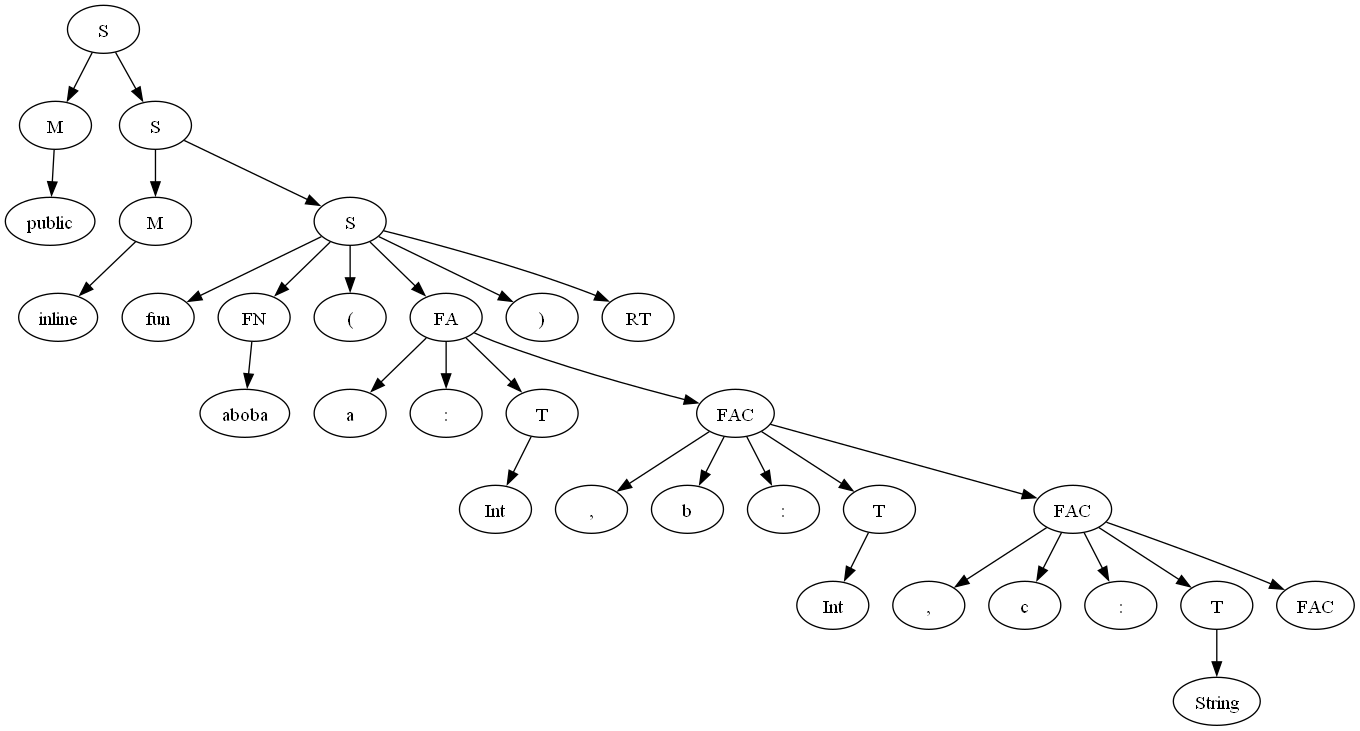
Before: lab2New/graph1.png, a diagram exported from Graphviz (Ultimatereo/MT). Its source is kept beside it as lab2New/graph1.dot.
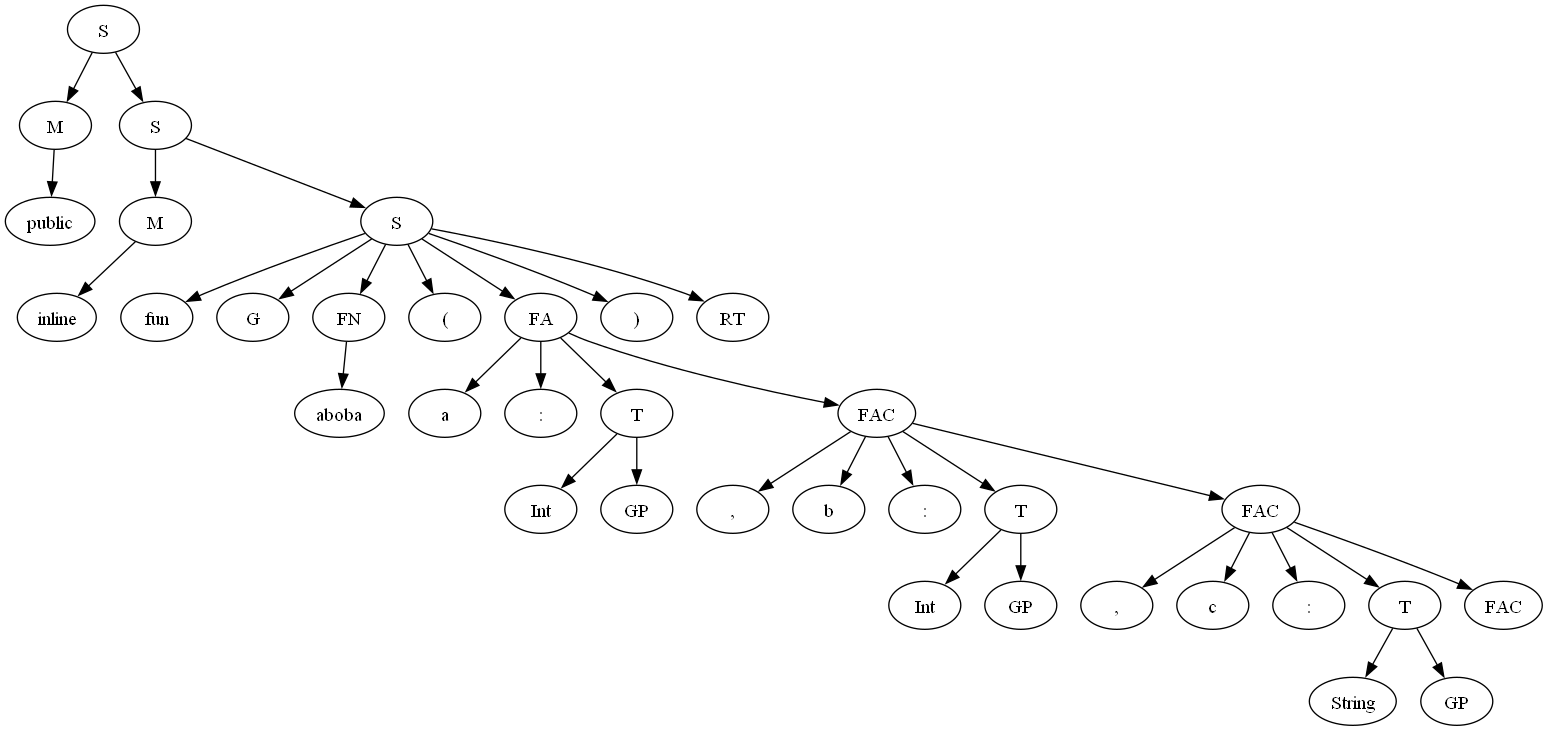
The same file after the commit.

The edit, as a diff of the source:
```diff
@@ -1,93 +1,105 @@
 digraph ParserResult {
-"S_61" [label="S"]
-"M_60" [label="M"]
-"S_61"->"M_60";
-"M_60" [label="M"]
-"public_59" [label="public"]
-"M_60"->"public_59";
-"public_59" [label="public"]
-"S_58" [label="S"]
-"S_61"->"S_58";
-"S_58" [label="S"]
-"M_57" [label="M"]
-"S_58"->"M_57";
-"M_57" [label="M"]
-"inline_56" [label="inline"]
-"M_57"->"inline_56";
-"inline_56" [label="inline"]
-"S_55" [label="S"]
-"S_58"->"S_55";
-"S_55" [label="S"]
-"fun_52" [label="fun"]
-"S_55"->"fun_52";
-"fun_52" [label="fun"]
-"FN_32" [label="FN"]
-"S_55"->"FN_32";
-"FN_32" [label="FN"]
-"aboba_31" [label="aboba"]
-"FN_32"->"aboba_31";
-"aboba_31" [label="aboba"]
-"(_53" [label="("]
-"S_55"->"(_53";
-"(_53" [label="("]
-"FA_50" [label="FA"]
-"S_55"->"FA_50";
-"FA_50" [label="FA"]
-"a_48" [label="a"]
-"FA_50"->"a_48";
-"a_48" [label="a"]
-":_49" [label=":"]
-"FA_50"->":_49";
-":_49" [label=":"]
-"T_34" [label="T"]
-"FA_50"->"T_34";
-"T_34" [label="T"]
-"Int_33" [label="Int"]
-"T_34"->"Int_33";
-"Int_33" [label="Int"]
+"S_69" [label="S"]
+"M_68" [label="M"]
+"S_69"->"M_68";
+"M_68" [label="M"]
+"public_67" [label="public"]
+"M_68"->"public_67";
+"public_67" [label="public"]
+"S_66" [label="S"]
+"S_69"->"S_66";
+"S_66" [label="S"]
+"M_65" [label="M"]
+"S_66"->"M_65";
+"M_65" [label="M"]
+"inline_64" [label="inline"]
+"M_65"->"inline_64";
+"inline_64" [label="inline"]
+"S_63" [label="S"]
+"S_66"->"S_63";
+"S_63" [label="S"]
+"fun_60" [label="fun"]
+"S_63"->"fun_60";
+"fun_60" [label="fun"]
+"G_35" [label="G"]
+"S_63"->"G_35";
+"G_35" [label="G"]
+"FN_37" [label="FN"]
+"S_63"->"FN_37";
+"FN_37" [label="FN"]
+"aboba_36" [label="aboba"]
+"FN_37"->"aboba_36";
+"aboba_36" [label="aboba"]
+"(_61" [label="("]
+"S_63"->"(_61";
+"(_61" [label="("]
+"FA_58" [label="FA"]
+"S_63"->"FA_58";
+"FA_58" [label="FA"]
+"a_56" [label="a"]
+"FA_58"->"a_56";
+"a_56" [label="a"]
+":_57" [label=":"]
+"FA_58"->":_57";
+":_57" [label=":"]
+"T_40" [label="T"]
+"FA_58"->"T_40";
+"T_40" [label="T"]
+"Int_39" [label="Int"]
+"T_40"->"Int_39";
+"Int_39" [label="Int"]
+"GP_38" [label="GP"]
+"T_40"->"GP_38";
+"GP_38" [label="GP"]
+"FAC_55" [label="FAC"]
+"FA_58"->"FAC_55";
+"FAC_55" [label="FAC"]
+",_52" [label=","]
+"FAC_55"->",_52";
+",_52" [label=","]
+"b_53" [label="b"]
+"FAC_55"->"b_53";
+"b_53" [label="b"]
+":_54" [label=":"]
+"FAC_55"->":_54";
+":_54" [label=":"]
+"T_43" [label="T"]
+"FAC_55"->"T_43";
+"T_43" [label="T"]
+"Int_42" [label="Int"]
+"T_43"->"Int_42";
+"Int_42" [label="Int"]
+"GP_41" [label="GP"]
+"T_43"->"GP_41";
+"GP_41" [label="GP"]
+"FAC_51" [label="FAC"]
+"FAC_55"->"FAC_51";
+"FAC_51" [label="FAC"]
+",_48" [label=","]
+"FAC_51"->",_48";
+",_48" [label=","]
+"c_49" [label="c"]
+"FAC_51"->"c_49";
+"c_49" [label="c"]
+":_50" [label=":"]
+"FAC_51"->":_50";
+":_50" [label=":"]
+"T_46" [label="T"]
+"FAC_51"->"T_46";
+"T_46" [label="T"]
+"String_45" [label="String"]
+"T_46"->"String_45";
+"String_45" [label="String"]
+"GP_44" [label="GP"]
+"T_46"->"GP_44";
+"GP_44" [label="GP"]
 "FAC_47" [label="FAC"]
-"FA_50"->"FAC_47";
+"FAC_51"->"FAC_47";
 "FAC_47" [label="FAC"]
-",_44" [label=","]
-"FAC_47"->",_44";
-",_44" [label=","]
-"b_45" [label="b"]
-"FAC_47"->"b_45";
-"b_45" [label="b"]
-":_46" [label=":"]
-"FAC_47"->":_46";
-":_46" [label=":"]
-"T_36" [label="T"]
-"FAC_47"->"T_36";
-"T_36" [label="T"]
-"Int_35" [label="Int"]
-"T_36"->"Int_35";
-"Int_35" [label="Int"]
-"FAC_43" [label="FAC"]
-"FAC_47"->"FAC_43";
-"FAC_43" [label="FAC"]
-",_40" [label=","]
-"FAC_43"->",_40";
-",_40" [label=","]
-"c_41" [label="c"]
-"FAC_43"->"c_41";
-"c_41" [label="c"]
-":_42" [label=":"]
-"FAC_43"->":_42";
-":_42" [label=":"]
-"T_38" [label="T"]
-"FAC_43"->"T_38";
-"T_38" [label="T"]
-"String_37" [label="String"]
-"T_38"->"String_37";
-"String_37" [label="String"]
-"FAC_39" [label="FAC"]
-"FAC_43"->"FAC_39";
-"FAC_39" [label="FAC"]
-")_54" [label=")"]
-"S_55"->")_54";
-")_54" [label=")"]
-"RT_51" [label="RT"]
-"S_55"->"RT_51";
-"RT_51" [label="RT"]
+")_62" [label=")"]
+"S_63"->")_62";
+")_62" [label=")"]
+"RT_59" [label="RT"]
+"S_63"->"RT_59";
+"RT_59" [label="RT"]
 }
```
